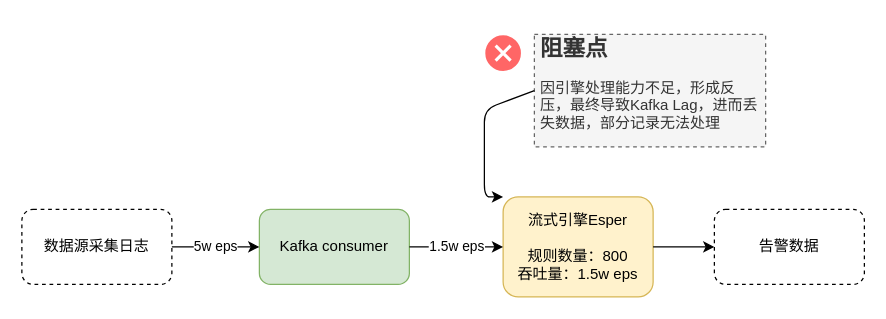
Above: Untitled Diagram.drawio in popvlovs/popvlovs-repository (draw.io), before the change. Source tidied: cells renumbered, new cells numbered last; positions are measured from the earlier drawing's top-left corner, leaving out a move shared by most shapes. Both pictures are drawn from the tidied source at 125%, with x=0, y=0 at pixel (21, 34).
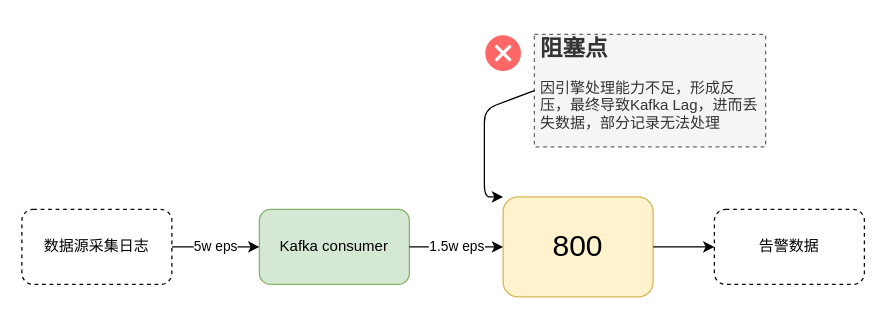
The same page after the edit.

What changed in the source:
```diff
@@
 <mxGraphModel>
   <root>
     <mxCell id="0" />
     <mxCell id="1" parent="0" />
     <mxCell id="2" value="Kafka consumer" style="rounded=1;whiteSpace=wrap;html=1;fillColor=#d5e8d4;strokeColor=#82b366;" parent="1" vertex="1">
       <mxGeometry x="190" y="140" width="120" height="60" as="geometry" />
     </mxCell>
-    <mxCell id="3" value="流式引擎Esper&lt;br&gt;&lt;br&gt;规则数量：800&lt;br&gt;吞吐量：1.5w eps" style="rounded=1;whiteSpace=wrap;html=1;fillColor=#fff2cc;strokeColor=#d6b656;" parent="1" vertex="1">
+    <mxCell id="3" value="&lt;font style=&quot;font-size: 24px&quot;&gt;800&lt;/font&gt;" style="rounded=1;whiteSpace=wrap;html=1;fillColor=#fff2cc;strokeColor=#d6b656;" parent="1" vertex="1">
       <mxGeometry x="385" y="130" width="120" height="80" as="geometry" />
     </mxCell>
     <mxCell id="4" value="1.5w eps" style="endArrow=classic;html=1;exitX=1;exitY=0.5;exitDx=0;exitDy=0;entryX=0;entryY=0.5;entryDx=0;entryDy=0;" parent="1" edge="1" source="2" target="3">
       <mxGeometry relative="1" as="geometry">
         <Array as="points">
           <mxPoint x="340" y="170" />
         </Array>
       </mxGeometry>
     </mxCell>
     <mxCell id="5" value="数据源采集日志" style="rounded=1;whiteSpace=wrap;html=1;dashed=1;" parent="1" vertex="1">
       <mxGeometry y="140" width="120" height="60" as="geometry" />
     </mxCell>
     <mxCell id="6" value="告警数据" style="rounded=1;whiteSpace=wrap;html=1;dashed=1;" parent="1" vertex="1">
       <mxGeometry x="554" y="140" width="120" height="60" as="geometry" />
     </mxCell>
     <mxCell id="7" style="endArrow=classic;html=1;exitX=1;exitY=0.5;exitDx=0;exitDy=0;entryX=0;entryY=0.5;entryDx=0;entryDy=0;" parent="1" edge="1" source="3" target="6">
       <mxGeometry relative="1" as="geometry" />
     </mxCell>
     <mxCell id="8" value="&lt;h1 style=&quot;font-size: 18px&quot;&gt;&lt;font style=&quot;font-size: 18px&quot;&gt;阻塞点&lt;/font&gt;&lt;/h1&gt;&lt;p&gt;&lt;font style=&quot;font-size: 12px&quot;&gt;因引擎处理能力不足，形成反压，最终导致Kafka Lag，进而丢失数据，部分记录无法处理&lt;/font&gt;&lt;/p&gt;" style="text;html=1;strokeColor=#666666;fillColor=#f5f5f5;spacing=5;spacingTop=-20;whiteSpace=wrap;overflow=hidden;rounded=0;dashed=1;fontColor=#333333;" parent="1" vertex="1">
       <mxGeometry x="410" width="185" height="90" as="geometry" />
     </mxCell>
     <mxCell id="9" style="endArrow=classic;html=1;exitX=0;exitY=0.5;exitDx=0;exitDy=0;entryX=0;entryY=0;entryDx=0;entryDy=0;" parent="1" edge="1" source="8" target="3">
       <mxGeometry relative="1" as="geometry">
         <Array as="points">
           <mxPoint x="370" y="60" />
           <mxPoint x="370" y="130" />
         </Array>
       </mxGeometry>
     </mxCell>
     <mxCell id="10" value="5w eps" style="endArrow=classic;html=1;exitX=1;exitY=0.5;exitDx=0;exitDy=0;entryX=0;entryY=0.5;entryDx=0;entryDy=0;" parent="1" edge="1" source="5" target="2">
       <mxGeometry relative="1" as="geometry" />
     </mxCell>
     <mxCell id="11" style="verticalLabelPosition=bottom;verticalAlign=top;html=1;shadow=0;dashed=0;strokeWidth=1;shape=mxgraph.ios.iDeleteApp;fillColor2=#FF6666;strokeColor=#ffffff;fillColor=#FF6666;" parent="1" vertex="1">
       <mxGeometry x="370" width="30" height="30" as="geometry" />
     </mxCell>
   </root>
 </mxGraphModel>
```
